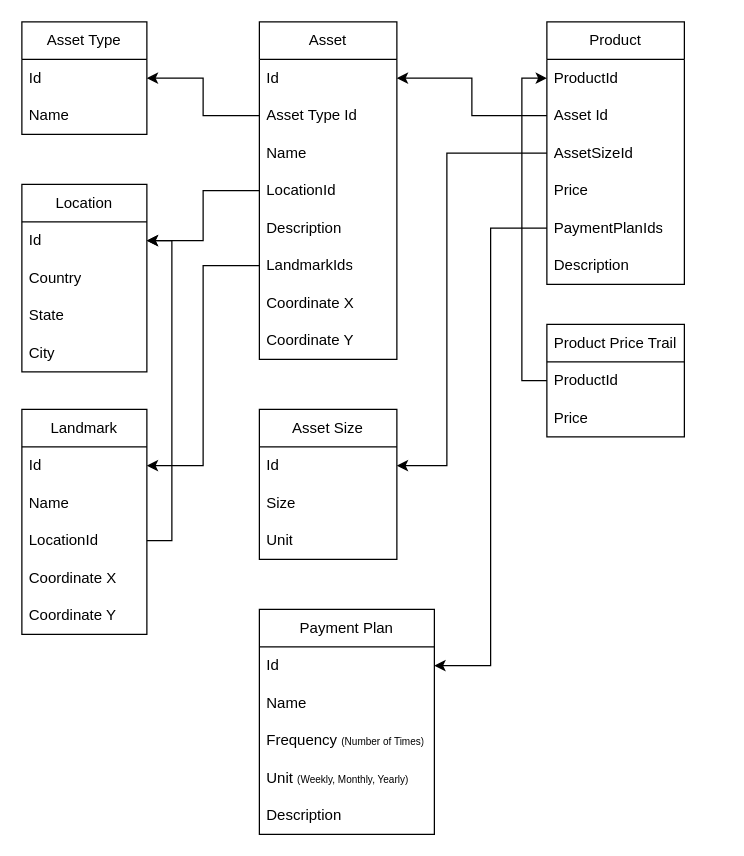
Earlier version of the draw.io diagram sellperty.drawio (isaac-code/diagrams). Source tidied: cells renumbered, new cells numbered last; positions are measured from the earlier drawing's top-left corner, leaving out a move shared by most shapes. Both pictures are drawn from the tidied source at 125%, with x=0, y=0 at pixel (21, 21).
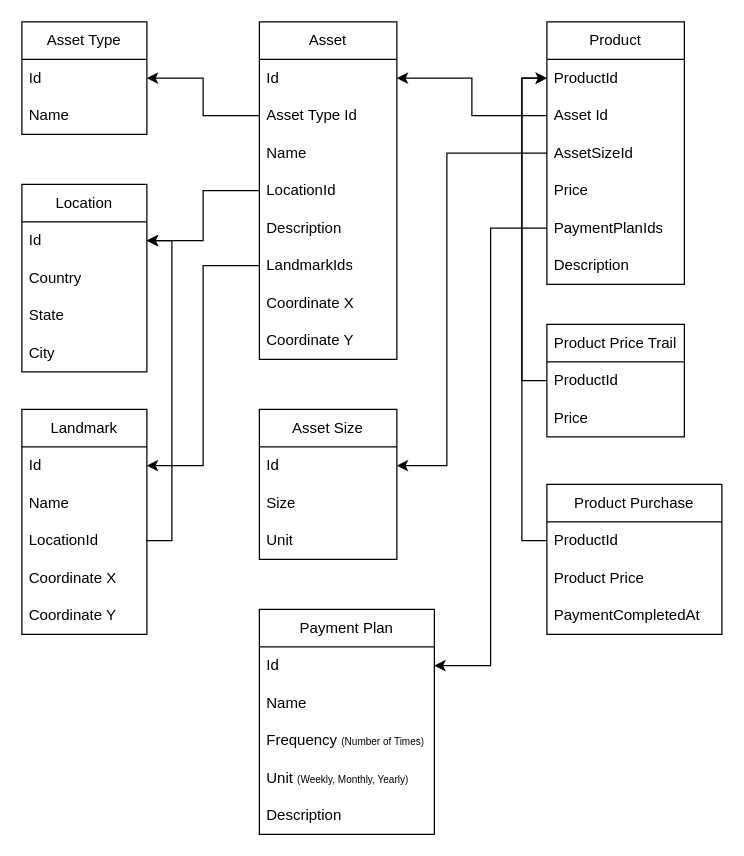
After the change.

Commit message:
Add Product Purchase

Unchanged cells that the change refers to:
```xml
<mxCell id="30" value="ProductId" style="text;strokeColor=none;fillColor=none;align=left;verticalAlign=middle;spacingLeft=4;spacingRight=4;overflow=hidden;points=[[0,0.5],[1,0.5]];portConstraint=eastwest;whiteSpace=wrap;html=1;" parent="29" vertex="1">
  <mxGeometry y="30" width="110" height="30" as="geometry" />
</mxCell>
```

What changed in the source:
```diff
@@
+    <mxCell id="53" value="Product Purchase" style="swimlane;fontStyle=0;horizontal=1;startSize=30;whiteSpace=wrap;html=1;" parent="1" vertex="1">
+      <mxGeometry x="420" y="370" width="140" height="120" as="geometry" />
+    </mxCell>
+    <mxCell id="54" value="ProductId" style="text;strokeColor=none;fillColor=none;align=left;verticalAlign=middle;spacingLeft=4;spacingRight=4;overflow=hidden;points=[[0,0.5],[1,0.5]];portConstraint=eastwest;whiteSpace=wrap;html=1;" parent="53" vertex="1">
+      <mxGeometry y="30" width="140" height="30" as="geometry" />
+    </mxCell>
+    <mxCell id="55" value="Product Price" style="text;strokeColor=none;fillColor=none;align=left;verticalAlign=middle;spacingLeft=4;spacingRight=4;overflow=hidden;whiteSpace=wrap;html=1;" parent="53" vertex="1">
+      <mxGeometry y="60" width="140" height="30" as="geometry" />
+    </mxCell>
+    <mxCell id="56" value="PaymentCompletedAt" style="text;strokeColor=none;fillColor=none;align=left;verticalAlign=middle;spacingLeft=4;spacingRight=4;overflow=hidden;whiteSpace=wrap;html=1;" parent="53" vertex="1">
+      <mxGeometry y="90" width="140" height="30" as="geometry" />
+    </mxCell>
+    <mxCell id="57" style="edgeStyle=orthogonalEdgeStyle;rounded=0;jettySize=auto;html=1;entryX=0;entryY=0.5;entryDx=0;entryDy=0;" parent="1" edge="1" source="54" target="30">
+      <mxGeometry relative="1" as="geometry" />
+    </mxCell>
```
